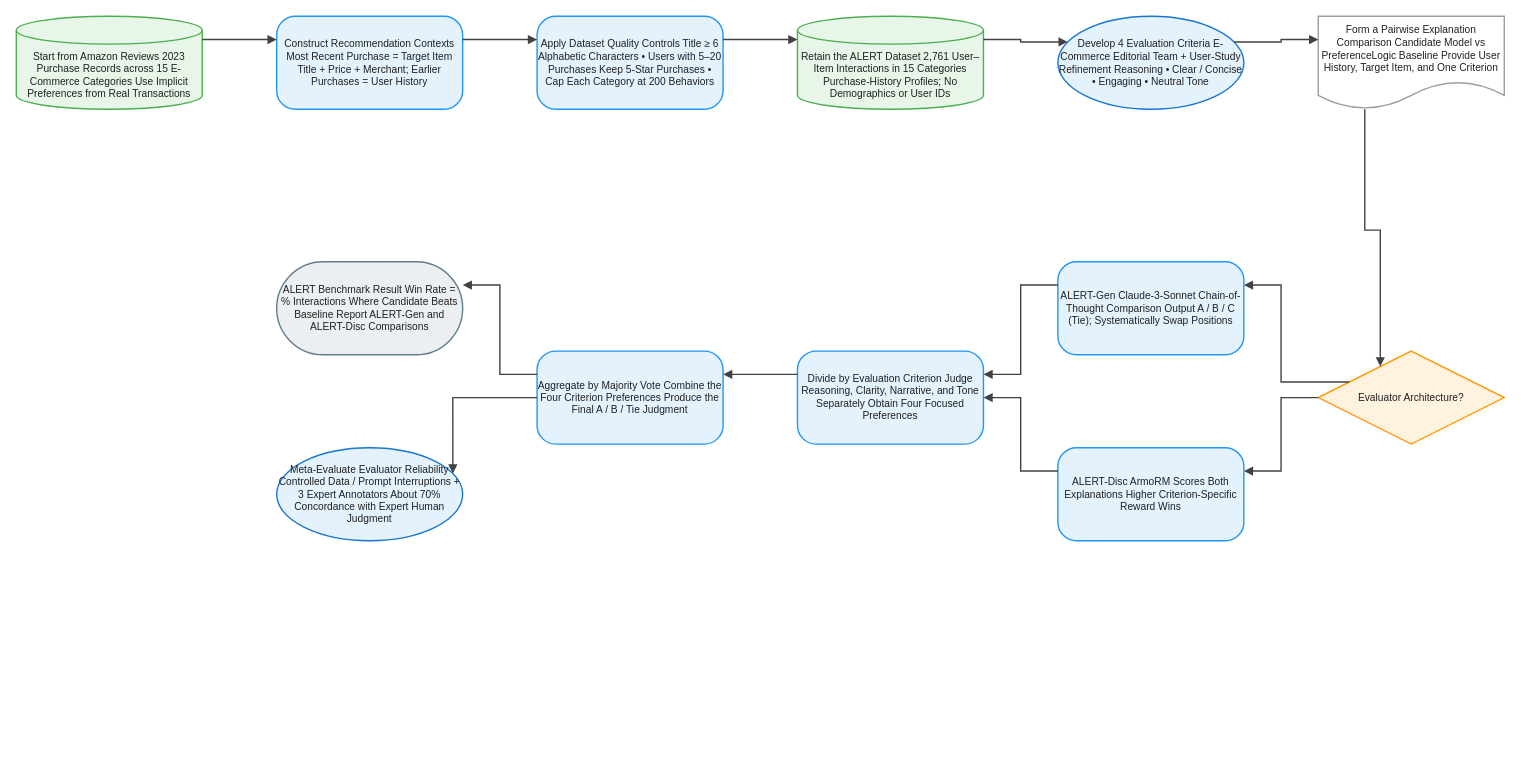
The draw.io diagram client/public/drawio/ALERT/ALERT.en.drawio in joe1chief/benchmark-hub, before the edit. Source tidied: cells renumbered, new cells numbered last; positions are measured from the earlier drawing's top-left corner, leaving out a move shared by most shapes. Both pictures are drawn from the tidied source at 93%, with x=0, y=0 at pixel (16, 16).
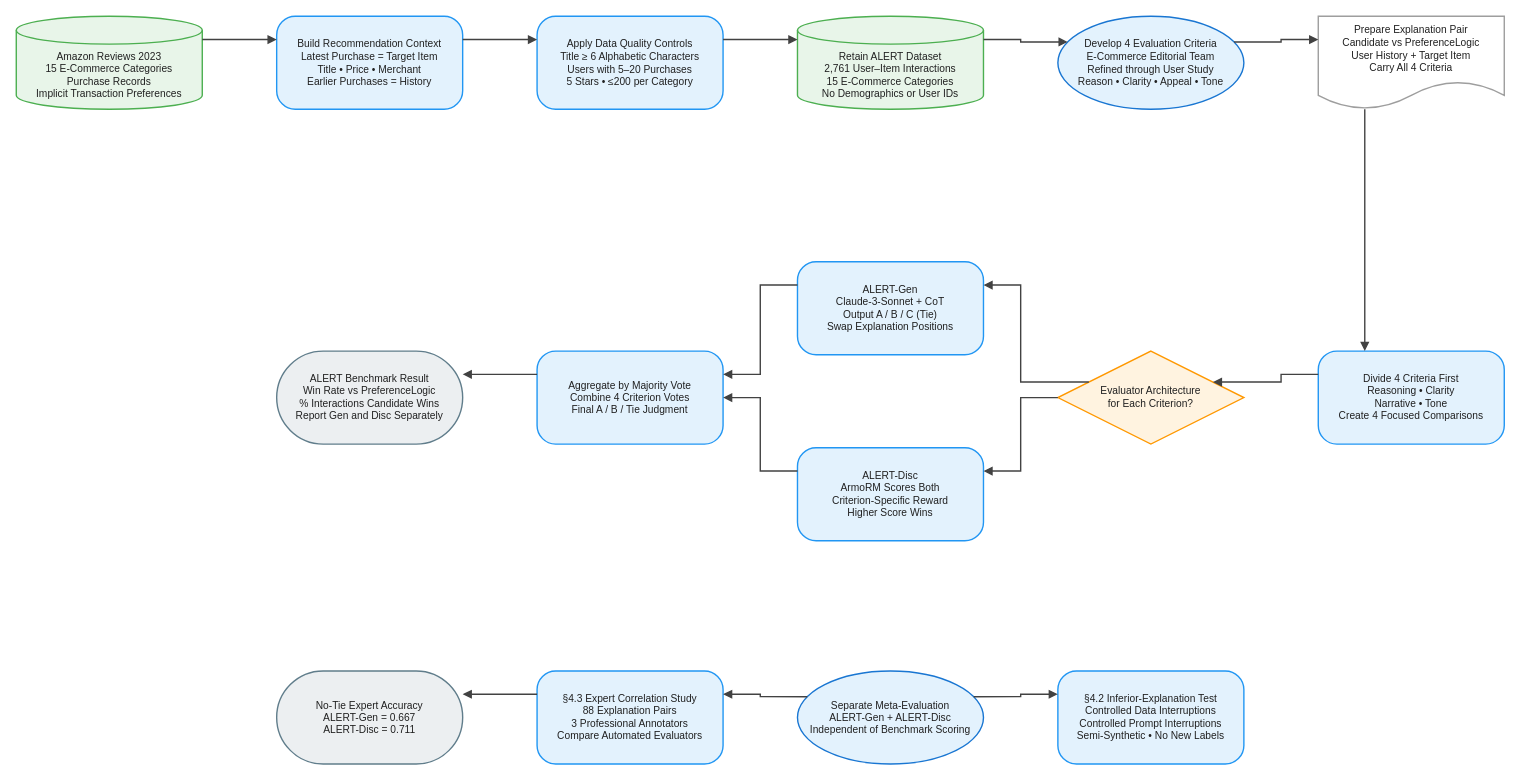
The same diagram, later.

Diff of the diagram source:
```diff
@@
-    <mxCell id="2" value="Start from Amazon Reviews 2023 Purchase Records across 15 E-Commerce Categories Use Implicit Preferences from Real Transactions" style="shape=cylinder3;boundedLbl=1;backgroundOutline=1;size=15;html=1;whiteSpace=wrap;fillColor=#E8F5E9;strokeColor=#4CAF50;strokeWidth=1.5;fontColor=#212121;fontSize=11;fontFamily=Arial, Helvetica, sans-serif;verticalAlign=middle;align=center;" parent="1" vertex="1">
+    <mxCell id="2" value="Amazon Reviews 2023&#10;15 E-Commerce Categories&#10;Purchase Records&#10;Implicit Transaction Preferences" style="shape=cylinder3;boundedLbl=1;backgroundOutline=1;size=15;html=0;convertToSvg=1;whiteSpace=wrap;fillColor=#E8F5E9;strokeColor=#4CAF50;strokeWidth=1.5;fontColor=#212121;fontSize=11;fontFamily=Arial, Helvetica, sans-serif;verticalAlign=middle;align=center;" parent="1" vertex="1">
       <mxGeometry width="200" height="100" as="geometry" />
     </mxCell>
-    <mxCell id="3" value="Construct Recommendation Contexts Most Recent Purchase = Target Item Title + Price + Merchant; Earlier Purchases = User History" style="rounded=1;arcSize=20;html=1;whiteSpace=wrap;fillColor=#E3F2FD;strokeColor=#2196F3;strokeWidth=1.5;fontColor=#212121;fontSize=11;fontFamily=Arial, Helvetica, sans-serif;verticalAlign=middle;align=center;" parent="1" vertex="1">
+    <mxCell id="3" value="Build Recommendation Context&#10;Latest Purchase = Target Item&#10;Title • Price • Merchant&#10;Earlier Purchases = History" style="rounded=1;arcSize=20;html=0;convertToSvg=1;whiteSpace=wrap;fillColor=#E3F2FD;strokeColor=#2196F3;strokeWidth=1.5;fontColor=#212121;fontSize=11;fontFamily=Arial, Helvetica, sans-serif;verticalAlign=middle;align=center;" parent="1" vertex="1">
       <mxGeometry x="280" width="200" height="100" as="geometry" />
     </mxCell>
-    <mxCell id="4" value="Apply Dataset Quality Controls Title ≥ 6 Alphabetic Characters • Users with 5–20 Purchases Keep 5-Star Purchases • Cap Each Category at 200 Behaviors" style="rounded=1;arcSize=20;html=1;whiteSpace=wrap;fillColor=#E3F2FD;strokeColor=#2196F3;strokeWidth=1.5;fontColor=#212121;fontSize=11;fontFamily=Arial, Helvetica, sans-serif;verticalAlign=middle;align=center;" parent="1" vertex="1">
+    <mxCell id="4" value="Apply Data Quality Controls&#10;Title ≥ 6 Alphabetic Characters&#10;Users with 5–20 Purchases&#10;5 Stars • ≤200 per Category" style="rounded=1;arcSize=20;html=0;convertToSvg=1;whiteSpace=wrap;fillColor=#E3F2FD;strokeColor=#2196F3;strokeWidth=1.5;fontColor=#212121;fontSize=11;fontFamily=Arial, Helvetica, sans-serif;verticalAlign=middle;align=center;" parent="1" vertex="1">
       <mxGeometry x="560" width="200" height="100" as="geometry" />
     </mxCell>
-    <mxCell id="5" value="Retain the ALERT Dataset 2,761 User–Item Interactions in 15 Categories Purchase-History Profiles; No Demographics or User IDs" style="shape=cylinder3;boundedLbl=1;backgroundOutline=1;size=15;html=1;whiteSpace=wrap;fillColor=#E8F5E9;strokeColor=#4CAF50;strokeWidth=1.5;fontColor=#212121;fontSize=11;fontFamily=Arial, Helvetica, sans-serif;verticalAlign=middle;align=center;" parent="1" vertex="1">
+    <mxCell id="5" value="Retain ALERT Dataset&#10;2,761 User–Item Interactions&#10;15 E-Commerce Categories&#10;No Demographics or User IDs" style="shape=cylinder3;boundedLbl=1;backgroundOutline=1;size=15;html=0;convertToSvg=1;whiteSpace=wrap;fillColor=#E8F5E9;strokeColor=#4CAF50;strokeWidth=1.5;fontColor=#212121;fontSize=11;fontFamily=Arial, Helvetica, sans-serif;verticalAlign=middle;align=center;" parent="1" vertex="1">
       <mxGeometry x="840" width="200" height="100" as="geometry" />
     </mxCell>
-    <mxCell id="6" value="Develop 4 Evaluation Criteria E-Commerce Editorial Team + User-Study Refinement Reasoning • Clear / Concise • Engaging • Neutral Tone" style="ellipse;html=1;whiteSpace=wrap;fillColor=#E3F2FD;strokeColor=#1976D2;strokeWidth=1.5;fontColor=#212121;fontSize=11;fontFamily=Arial, Helvetica, sans-serif;verticalAlign=middle;align=center;" parent="1" vertex="1">
+    <mxCell id="6" value="Develop 4 Evaluation Criteria&#10;E-Commerce Editorial Team&#10;Refined through User Study&#10;Reason • Clarity • Appeal • Tone" style="ellipse;html=0;convertToSvg=1;whiteSpace=wrap;fillColor=#E3F2FD;strokeColor=#1976D2;strokeWidth=1.5;fontColor=#212121;fontSize=11;fontFamily=Arial, Helvetica, sans-serif;verticalAlign=middle;align=center;" parent="1" vertex="1">
       <mxGeometry x="1120" width="200" height="100" as="geometry" />
     </mxCell>
-    <mxCell id="7" value="Form a Pairwise Explanation Comparison Candidate Model vs PreferenceLogic Baseline Provide User History, Target Item, and One Criterion" style="shape=document;boundedLbl=1;html=1;whiteSpace=wrap;fillColor=#FFFFFF;strokeColor=#9E9E9E;strokeWidth=1.5;fontColor=#212121;fontSize=11;fontFamily=Arial, Helvetica, sans-serif;verticalAlign=middle;align=center;" parent="1" vertex="1">
+    <mxCell id="7" value="Prepare Explanation Pair&#10;Candidate vs PreferenceLogic&#10;User History + Target Item&#10;Carry All 4 Criteria" style="shape=document;boundedLbl=1;html=0;convertToSvg=1;whiteSpace=wrap;fillColor=#FFFFFF;strokeColor=#9E9E9E;strokeWidth=1.5;fontColor=#212121;fontSize=11;fontFamily=Arial, Helvetica, sans-serif;verticalAlign=middle;align=center;" parent="1" vertex="1">
       <mxGeometry x="1400" width="200" height="100" as="geometry" />
     </mxCell>
-    <mxCell id="8" value="Evaluator Architecture?" style="rhombus;html=1;whiteSpace=wrap;fillColor=#FFF3E0;strokeColor=#FF9800;strokeWidth=1.5;fontColor=#212121;fontSize=11;fontFamily=Arial, Helvetica, sans-serif;verticalAlign=middle;align=center;" parent="1" vertex="1">
-      <mxGeometry x="1400" y="360" width="200" height="100" as="geometry" />
+    <mxCell id="8" value="Evaluator Architecture&#10;for Each Criterion?" style="rhombus;html=0;convertToSvg=1;whiteSpace=wrap;fillColor=#FFF3E0;strokeColor=#FF9800;strokeWidth=1.5;fontColor=#212121;fontSize=11;fontFamily=Arial, Helvetica, sans-serif;verticalAlign=middle;align=center;" parent="1" vertex="1">
+      <mxGeometry x="1120" y="360" width="200" height="100" as="geometry" />
     </mxCell>
-    <mxCell id="9" value="ALERT-Gen Claude-3-Sonnet Chain-of-Thought Comparison Output A / B / C (Tie); Systematically Swap Positions" style="rounded=1;arcSize=20;html=1;whiteSpace=wrap;fillColor=#E3F2FD;strokeColor=#2196F3;strokeWidth=1.5;fontColor=#212121;fontSize=11;fontFamily=Arial, Helvetica, sans-serif;verticalAlign=middle;align=center;" parent="1" vertex="1">
-      <mxGeometry x="1120" y="264" width="200" height="100" as="geometry" />
+    <mxCell id="9" value="ALERT-Gen&#10;Claude-3-Sonnet + CoT&#10;Output A / B / C (Tie)&#10;Swap Explanation Positions" style="rounded=1;arcSize=20;html=0;convertToSvg=1;whiteSpace=wrap;fillColor=#E3F2FD;strokeColor=#2196F3;strokeWidth=1.5;fontColor=#212121;fontSize=11;fontFamily=Arial, Helvetica, sans-serif;verticalAlign=middle;align=center;" parent="1" vertex="1">
+      <mxGeometry x="840" y="264" width="200" height="100" as="geometry" />
     </mxCell>
-    <mxCell id="10" value="ALERT-Disc ArmoRM Scores Both Explanations Higher Criterion-Specific Reward Wins" style="rounded=1;arcSize=20;html=1;whiteSpace=wrap;fillColor=#E3F2FD;strokeColor=#2196F3;strokeWidth=1.5;fontColor=#212121;fontSize=11;fontFamily=Arial, Helvetica, sans-serif;verticalAlign=middle;align=center;" parent="1" vertex="1">
-      <mxGeometry x="1120" y="464" width="200" height="100" as="geometry" />
+    <mxCell id="10" value="ALERT-Disc&#10;ArmoRM Scores Both&#10;Criterion-Specific Reward&#10;Higher Score Wins" style="rounded=1;arcSize=20;html=0;convertToSvg=1;whiteSpace=wrap;fillColor=#E3F2FD;strokeColor=#2196F3;strokeWidth=1.5;fontColor=#212121;fontSize=11;fontFamily=Arial, Helvetica, sans-serif;verticalAlign=middle;align=center;" parent="1" vertex="1">
+      <mxGeometry x="840" y="464" width="200" height="100" as="geometry" />
     </mxCell>
-    <mxCell id="11" value="Divide by Evaluation Criterion Judge Reasoning, Clarity, Narrative, and Tone Separately Obtain Four Focused Preferences" style="rounded=1;arcSize=20;html=1;whiteSpace=wrap;fillColor=#E3F2FD;strokeColor=#2196F3;strokeWidth=1.5;fontColor=#212121;fontSize=11;fontFamily=Arial, Helvetica, sans-serif;verticalAlign=middle;align=center;" parent="1" vertex="1">
-      <mxGeometry x="840" y="360" width="200" height="100" as="geometry" />
+    <mxCell id="11" value="Divide 4 Criteria First&#10;Reasoning • Clarity&#10;Narrative • Tone&#10;Create 4 Focused Comparisons" style="rounded=1;arcSize=20;html=0;convertToSvg=1;whiteSpace=wrap;fillColor=#E3F2FD;strokeColor=#2196F3;strokeWidth=1.5;fontColor=#212121;fontSize=11;fontFamily=Arial, Helvetica, sans-serif;verticalAlign=middle;align=center;" parent="1" vertex="1">
+      <mxGeometry x="1400" y="360" width="200" height="100" as="geometry" />
     </mxCell>
-    <mxCell id="12" value="Aggregate by Majority Vote Combine the Four Criterion Preferences Produce the Final A / B / Tie Judgment" style="rounded=1;arcSize=20;html=1;whiteSpace=wrap;fillColor=#E3F2FD;strokeColor=#2196F3;strokeWidth=1.5;fontColor=#212121;fontSize=11;fontFamily=Arial, Helvetica, sans-serif;verticalAlign=middle;align=center;" parent="1" vertex="1">
+    <mxCell id="12" value="Aggregate by Majority Vote&#10;Combine 4 Criterion Votes&#10;Final A / B / Tie Judgment" style="rounded=1;arcSize=20;html=0;convertToSvg=1;whiteSpace=wrap;fillColor=#E3F2FD;strokeColor=#2196F3;strokeWidth=1.5;fontColor=#212121;fontSize=11;fontFamily=Arial, Helvetica, sans-serif;verticalAlign=middle;align=center;" parent="1" vertex="1">
       <mxGeometry x="560" y="360" width="200" height="100" as="geometry" />
     </mxCell>
-    <mxCell id="13" value="ALERT Benchmark Result Win Rate = % Interactions Where Candidate Beats Baseline Report ALERT-Gen and ALERT-Disc Comparisons" style="rounded=1;arcSize=50;html=1;whiteSpace=wrap;fillColor=#ECEFF1;strokeColor=#607D8B;strokeWidth=1.5;fontColor=#212121;fontSize=11;fontFamily=Arial, Helvetica, sans-serif;verticalAlign=middle;align=center;" parent="1" vertex="1">
-      <mxGeometry x="280" y="264" width="200" height="100" as="geometry" />
+    <mxCell id="13" value="ALERT Benchmark Result&#10;Win Rate vs PreferenceLogic&#10;% Interactions Candidate Wins&#10;Report Gen and Disc Separately" style="rounded=1;arcSize=50;html=0;convertToSvg=1;whiteSpace=wrap;fillColor=#ECEFF1;strokeColor=#607D8B;strokeWidth=1.5;fontColor=#212121;fontSize=11;fontFamily=Arial, Helvetica, sans-serif;verticalAlign=middle;align=center;" parent="1" vertex="1">
+      <mxGeometry x="280" y="360" width="200" height="100" as="geometry" />
     </mxCell>
-    <mxCell id="14" value="Meta-Evaluate Evaluator Reliability Controlled Data / Prompt Interruptions + 3 Expert Annotators About 70% Concordance with Expert Human Judgment" style="ellipse;html=1;whiteSpace=wrap;fillColor=#E3F2FD;strokeColor=#1976D2;strokeWidth=1.5;fontColor=#212121;fontSize=11;fontFamily=Arial, Helvetica, sans-serif;verticalAlign=middle;align=center;" parent="1" vertex="1">
-      <mxGeometry x="280" y="464" width="200" height="100" as="geometry" />
+    <mxCell id="14" value="Separate Meta-Evaluation&#10;ALERT-Gen + ALERT-Disc&#10;Independent of Benchmark Scoring" style="ellipse;html=0;convertToSvg=1;whiteSpace=wrap;fillColor=#E3F2FD;strokeColor=#1976D2;strokeWidth=1.5;fontColor=#212121;fontSize=11;fontFamily=Arial, Helvetica, sans-serif;verticalAlign=middle;align=center;" parent="1" vertex="1">
+      <mxGeometry x="840" y="704" width="200" height="100" as="geometry" />
     </mxCell>
-    <mxCell id="15" style="edgeStyle=orthogonalEdgeStyle;rounded=0;jettySize=auto;html=1;strokeColor=#424242;strokeWidth=1.5;endArrow=block;endFill=1;exitX=1;exitY=0.25;exitDx=0;exitDy=0;entryX=0;entryY=0.25;entryDx=0;entryDy=0;jumpStyle=arc;jumpSize=8;" parent="1" edge="1" source="2" target="3">
-      <mxGeometry relative="1" as="geometry" />
+    <mxCell id="15" value="§4.2 Inferior-Explanation Test&#10;Controlled Data Interruptions&#10;Controlled Prompt Interruptions&#10;Semi-Synthetic • No New Labels" style="rounded=1;arcSize=20;html=0;convertToSvg=1;whiteSpace=wrap;fillColor=#E3F2FD;strokeColor=#2196F3;strokeWidth=1.5;fontColor=#212121;fontSize=11;fontFamily=Arial, Helvetica, sans-serif;verticalAlign=middle;align=center;" parent="1" vertex="1">
+      <mxGeometry x="1120" y="704" width="200" height="100" as="geometry" />
     </mxCell>
-    <mxCell id="16" style="edgeStyle=orthogonalEdgeStyle;rounded=0;jettySize=auto;html=1;strokeColor=#424242;strokeWidth=1.5;endArrow=block;endFill=1;exitX=1;exitY=0.25;exitDx=0;exitDy=0;entryX=0;entryY=0.25;entryDx=0;entryDy=0;jumpStyle=arc;jumpSize=8;" parent="1" edge="1" source="3" target="4">
-      <mxGeometry relative="1" as="geometry" />
+    <mxCell id="16" value="§4.3 Expert Correlation Study&#10;88 Explanation Pairs&#10;3 Professional Annotators&#10;Compare Automated Evaluators" style="rounded=1;arcSize=20;html=0;convertToSvg=1;whiteSpace=wrap;fillColor=#E3F2FD;strokeColor=#2196F3;strokeWidth=1.5;fontColor=#212121;fontSize=11;fontFamily=Arial, Helvetica, sans-serif;verticalAlign=middle;align=center;" parent="1" vertex="1">
+      <mxGeometry x="560" y="704" width="200" height="100" as="geometry" />
     </mxCell>
-    <mxCell id="17" style="edgeStyle=orthogonalEdgeStyle;rounded=0;jettySize=auto;html=1;strokeColor=#424242;strokeWidth=1.5;endArrow=block;endFill=1;exitX=1;exitY=0.25;exitDx=0;exitDy=0;entryX=0;entryY=0.25;entryDx=0;entryDy=0;jumpStyle=arc;jumpSize=8;" parent="1" edge="1" source="4" target="5">
-      <mxGeometry relative="1" as="geometry" />
+    <mxCell id="17" value="No-Tie Expert Accuracy&#10;ALERT-Gen = 0.667&#10;ALERT-Disc = 0.711" style="rounded=1;arcSize=50;html=0;convertToSvg=1;whiteSpace=wrap;fillColor=#ECEFF1;strokeColor=#607D8B;strokeWidth=1.5;fontColor=#212121;fontSize=11;fontFamily=Arial, Helvetica, sans-serif;verticalAlign=middle;align=center;" parent="1" vertex="1">
+      <mxGeometry x="280" y="704" width="200" height="100" as="geometry" />
     </mxCell>
-    <mxCell id="18" style="edgeStyle=orthogonalEdgeStyle;rounded=0;jettySize=auto;html=1;strokeColor=#424242;strokeWidth=1.5;endArrow=block;endFill=1;exitX=1;exitY=0.25;exitDx=0;exitDy=0;entryX=0;entryY=0.25;entryDx=0;entryDy=0;jumpStyle=arc;jumpSize=8;" parent="1" edge="1" source="5" target="6">
+    <mxCell id="18" style="edgeStyle=orthogonalEdgeStyle;rounded=0;jettySize=auto;html=0;convertToSvg=1;strokeColor=#424242;strokeWidth=1.5;endArrow=block;endFill=1;exitX=1;exitY=0.25;exitDx=0;exitDy=0;entryX=0;entryY=0.25;entryDx=0;entryDy=0;jumpStyle=arc;jumpSize=8;" parent="1" edge="1" source="2" target="3">
       <mxGeometry relative="1" as="geometry" />
     </mxCell>
-    <mxCell id="19" style="edgeStyle=orthogonalEdgeStyle;rounded=0;jettySize=auto;html=1;strokeColor=#424242;strokeWidth=1.5;endArrow=block;endFill=1;exitX=1;exitY=0.25;exitDx=0;exitDy=0;entryX=0;entryY=0.25;entryDx=0;entryDy=0;jumpStyle=arc;jumpSize=8;" parent="1" edge="1" source="6" target="7">
+    <mxCell id="19" style="edgeStyle=orthogonalEdgeStyle;rounded=0;jettySize=auto;html=0;convertToSvg=1;strokeColor=#424242;strokeWidth=1.5;endArrow=block;endFill=1;exitX=1;exitY=0.25;exitDx=0;exitDy=0;entryX=0;entryY=0.25;entryDx=0;entryDy=0;jumpStyle=arc;jumpSize=8;" parent="1" edge="1" source="3" target="4">
       <mxGeometry relative="1" as="geometry" />
     </mxCell>
-    <mxCell id="20" style="edgeStyle=orthogonalEdgeStyle;rounded=0;jettySize=auto;html=1;strokeColor=#424242;strokeWidth=1.5;endArrow=block;endFill=1;exitX=0.25;exitY=1;exitDx=0;exitDy=0;entryX=0.25;entryY=0;entryDx=0;entryDy=0;jumpStyle=arc;jumpSize=8;" parent="1" edge="1" source="7" target="8">
+    <mxCell id="20" style="edgeStyle=orthogonalEdgeStyle;rounded=0;jettySize=auto;html=0;convertToSvg=1;strokeColor=#424242;strokeWidth=1.5;endArrow=block;endFill=1;exitX=1;exitY=0.25;exitDx=0;exitDy=0;entryX=0;entryY=0.25;entryDx=0;entryDy=0;jumpStyle=arc;jumpSize=8;" parent="1" edge="1" source="4" target="5">
       <mxGeometry relative="1" as="geometry" />
     </mxCell>
-    <mxCell id="21" style="edgeStyle=orthogonalEdgeStyle;rounded=0;jettySize=auto;html=1;strokeColor=#424242;strokeWidth=1.5;endArrow=block;endFill=1;exitX=0;exitY=0.25;exitDx=0;exitDy=0;entryX=1;entryY=0.25;entryDx=0;entryDy=0;jumpStyle=arc;jumpSize=8;" parent="1" edge="1" source="8" target="9">
+    <mxCell id="21" style="edgeStyle=orthogonalEdgeStyle;rounded=0;jettySize=auto;html=0;convertToSvg=1;strokeColor=#424242;strokeWidth=1.5;endArrow=block;endFill=1;exitX=1;exitY=0.25;exitDx=0;exitDy=0;entryX=0;entryY=0.25;entryDx=0;entryDy=0;jumpStyle=arc;jumpSize=8;" parent="1" edge="1" source="5" target="6">
       <mxGeometry relative="1" as="geometry" />
     </mxCell>
-    <mxCell id="22" style="edgeStyle=orthogonalEdgeStyle;rounded=0;jettySize=auto;html=1;strokeColor=#424242;strokeWidth=1.5;endArrow=block;endFill=1;exitX=0;exitY=0.5;exitDx=0;exitDy=0;entryX=1;entryY=0.25;entryDx=0;entryDy=0;jumpStyle=arc;jumpSize=8;" parent="1" edge="1" source="8" target="10">
+    <mxCell id="22" style="edgeStyle=orthogonalEdgeStyle;rounded=0;jettySize=auto;html=0;convertToSvg=1;strokeColor=#424242;strokeWidth=1.5;endArrow=block;endFill=1;exitX=1;exitY=0.25;exitDx=0;exitDy=0;entryX=0;entryY=0.25;entryDx=0;entryDy=0;jumpStyle=arc;jumpSize=8;" parent="1" edge="1" source="6" target="7">
       <mxGeometry relative="1" as="geometry" />
     </mxCell>
-    <mxCell id="23" style="edgeStyle=orthogonalEdgeStyle;rounded=0;jettySize=auto;html=1;strokeColor=#424242;strokeWidth=1.5;endArrow=block;endFill=1;exitX=0;exitY=0.25;exitDx=0;exitDy=0;entryX=1;entryY=0.25;entryDx=0;entryDy=0;jumpStyle=arc;jumpSize=8;" parent="1" edge="1" source="9" target="11">
+    <mxCell id="23" style="edgeStyle=orthogonalEdgeStyle;rounded=0;jettySize=auto;html=0;convertToSvg=1;strokeColor=#424242;strokeWidth=1.5;endArrow=block;endFill=1;exitX=0.25;exitY=1;exitDx=0;exitDy=0;entryX=0.25;entryY=0;entryDx=0;entryDy=0;jumpStyle=arc;jumpSize=8;" parent="1" edge="1" source="7" target="11">
       <mxGeometry relative="1" as="geometry" />
     </mxCell>
-    <mxCell id="24" style="edgeStyle=orthogonalEdgeStyle;rounded=0;jettySize=auto;html=1;strokeColor=#424242;strokeWidth=1.5;endArrow=block;endFill=1;exitX=0;exitY=0.25;exitDx=0;exitDy=0;entryX=1;entryY=0.5;entryDx=0;entryDy=0;jumpStyle=arc;jumpSize=8;" parent="1" edge="1" source="10" target="11">
+    <mxCell id="24" style="edgeStyle=orthogonalEdgeStyle;rounded=0;jettySize=auto;html=0;convertToSvg=1;strokeColor=#424242;strokeWidth=1.5;endArrow=block;endFill=1;exitX=0;exitY=0.25;exitDx=0;exitDy=0;entryX=1;entryY=0.25;entryDx=0;entryDy=0;jumpStyle=arc;jumpSize=8;" parent="1" edge="1" source="11" target="8">
       <mxGeometry relative="1" as="geometry" />
     </mxCell>
-    <mxCell id="25" style="edgeStyle=orthogonalEdgeStyle;rounded=0;jettySize=auto;html=1;strokeColor=#424242;strokeWidth=1.5;endArrow=block;endFill=1;exitX=0;exitY=0.25;exitDx=0;exitDy=0;entryX=1;entryY=0.25;entryDx=0;entryDy=0;jumpStyle=arc;jumpSize=8;" parent="1" edge="1" source="11" target="12">
+    <mxCell id="25" style="edgeStyle=orthogonalEdgeStyle;rounded=0;jettySize=auto;html=0;convertToSvg=1;strokeColor=#424242;strokeWidth=1.5;endArrow=block;endFill=1;exitX=0;exitY=0.25;exitDx=0;exitDy=0;entryX=1;entryY=0.25;entryDx=0;entryDy=0;jumpStyle=arc;jumpSize=8;" parent="1" edge="1" source="8" target="9">
       <mxGeometry relative="1" as="geometry" />
     </mxCell>
-    <mxCell id="26" style="edgeStyle=orthogonalEdgeStyle;rounded=0;jettySize=auto;html=1;strokeColor=#424242;strokeWidth=1.5;endArrow=block;endFill=1;exitX=0;exitY=0.25;exitDx=0;exitDy=0;entryX=1;entryY=0.25;entryDx=0;entryDy=0;jumpStyle=arc;jumpSize=8;" parent="1" edge="1" source="12" target="13">
+    <mxCell id="26" style="edgeStyle=orthogonalEdgeStyle;rounded=0;jettySize=auto;html=0;convertToSvg=1;strokeColor=#424242;strokeWidth=1.5;endArrow=block;endFill=1;exitX=0;exitY=0.5;exitDx=0;exitDy=0;entryX=1;entryY=0.25;entryDx=0;entryDy=0;jumpStyle=arc;jumpSize=8;" parent="1" edge="1" source="8" target="10">
       <mxGeometry relative="1" as="geometry" />
     </mxCell>
-    <mxCell id="27" style="edgeStyle=orthogonalEdgeStyle;rounded=0;jettySize=auto;html=1;strokeColor=#424242;strokeWidth=1.5;endArrow=block;endFill=1;exitX=0;exitY=0.5;exitDx=0;exitDy=0;entryX=1;entryY=0.25;entryDx=0;entryDy=0;jumpStyle=arc;jumpSize=8;" parent="1" edge="1" source="12" target="14">
+    <mxCell id="27" style="edgeStyle=orthogonalEdgeStyle;rounded=0;jettySize=auto;html=0;convertToSvg=1;strokeColor=#424242;strokeWidth=1.5;endArrow=block;endFill=1;exitX=0;exitY=0.25;exitDx=0;exitDy=0;entryX=1;entryY=0.25;entryDx=0;entryDy=0;jumpStyle=arc;jumpSize=8;" parent="1" edge="1" source="9" target="12">
       <mxGeometry relative="1" as="geometry" />
     </mxCell>
+    <mxCell id="28" style="edgeStyle=orthogonalEdgeStyle;rounded=0;jettySize=auto;html=0;convertToSvg=1;strokeColor=#424242;strokeWidth=1.5;endArrow=block;endFill=1;exitX=0;exitY=0.25;exitDx=0;exitDy=0;entryX=1;entryY=0.5;entryDx=0;entryDy=0;jumpStyle=arc;jumpSize=8;" parent="1" edge="1" source="10" target="12">
+      <mxGeometry relative="1" as="geometry" />
+    </mxCell>
+    <mxCell id="29" style="edgeStyle=orthogonalEdgeStyle;rounded=0;jettySize=auto;html=0;convertToSvg=1;strokeColor=#424242;strokeWidth=1.5;endArrow=block;endFill=1;exitX=0;exitY=0.25;exitDx=0;exitDy=0;entryX=1;entryY=0.25;entryDx=0;entryDy=0;jumpStyle=arc;jumpSize=8;" parent="1" edge="1" source="12" target="13">
+      <mxGeometry relative="1" as="geometry" />
+    </mxCell>
+    <mxCell id="30" style="edgeStyle=orthogonalEdgeStyle;rounded=0;jettySize=auto;html=0;convertToSvg=1;strokeColor=#424242;strokeWidth=1.5;endArrow=block;endFill=1;exitX=1;exitY=0.25;exitDx=0;exitDy=0;entryX=0;entryY=0.25;entryDx=0;entryDy=0;jumpStyle=arc;jumpSize=8;" parent="1" edge="1" source="14" target="15">
+      <mxGeometry relative="1" as="geometry" />
+    </mxCell>
+    <mxCell id="31" style="edgeStyle=orthogonalEdgeStyle;rounded=0;jettySize=auto;html=0;convertToSvg=1;strokeColor=#424242;strokeWidth=1.5;endArrow=block;endFill=1;exitX=0;exitY=0.25;exitDx=0;exitDy=0;entryX=1;entryY=0.25;entryDx=0;entryDy=0;jumpStyle=arc;jumpSize=8;" parent="1" edge="1" source="14" target="16">
+      <mxGeometry relative="1" as="geometry" />
+    </mxCell>
+    <mxCell id="32" style="edgeStyle=orthogonalEdgeStyle;rounded=0;jettySize=auto;html=0;convertToSvg=1;strokeColor=#424242;strokeWidth=1.5;endArrow=block;endFill=1;exitX=0;exitY=0.25;exitDx=0;exitDy=0;entryX=1;entryY=0.25;entryDx=0;entryDy=0;jumpStyle=arc;jumpSize=8;" parent="1" edge="1" source="16" target="17">
+      <mxGeometry relative="1" as="geometry" />
+    </mxCell>
```
